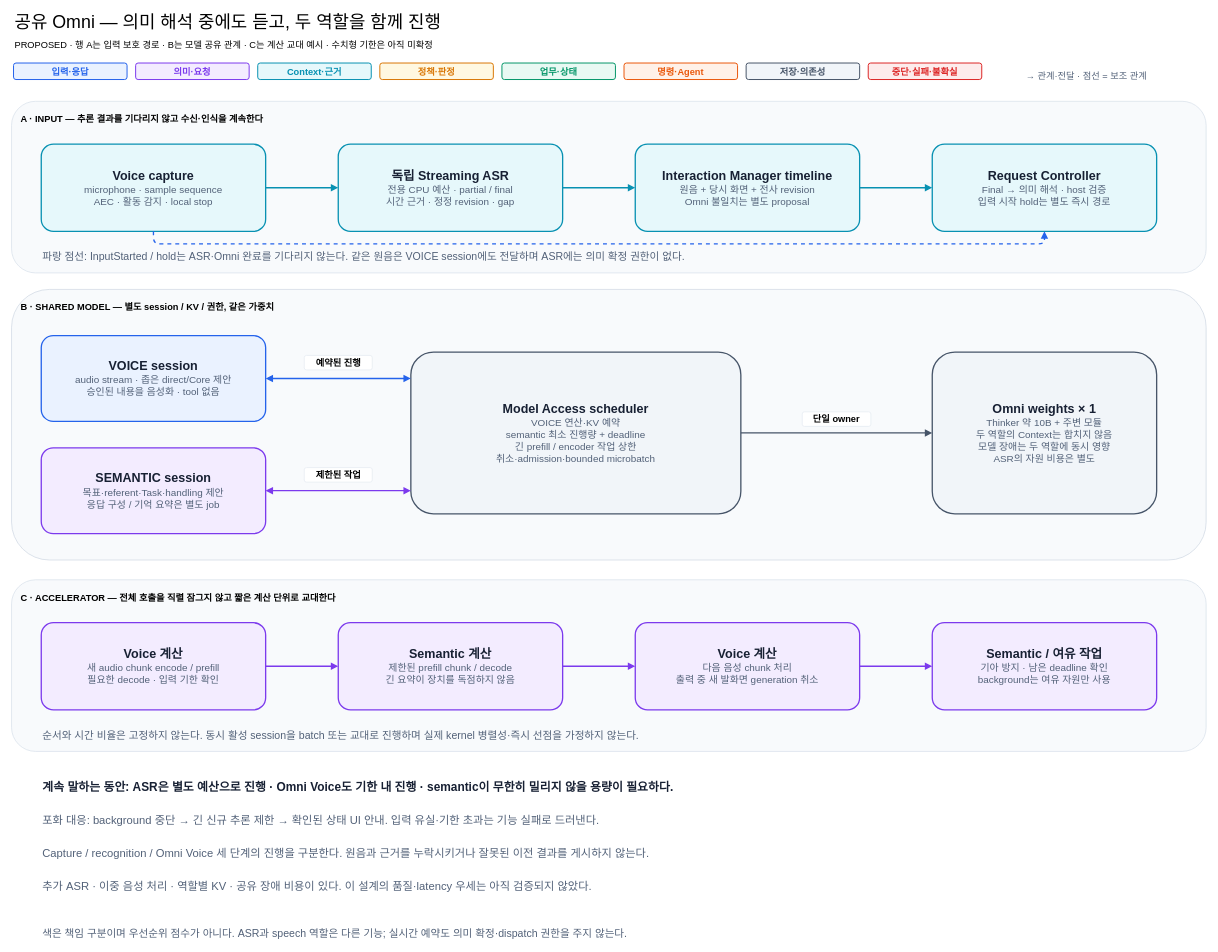
The draw.io diagram docs/architecture/12-decisions/target-architecture/diagrams/11-shared-omni-scheduling.drawio in cbyche/via-sw-architecture, before the edit. Source tidied: cells renumbered, new cells numbered last; positions are measured from the earlier drawing's top-left corner, leaving out a move shared by most shapes. Both pictures are drawn from the tidied source at 66%, with x=0, y=0 at pixel (11, 12).
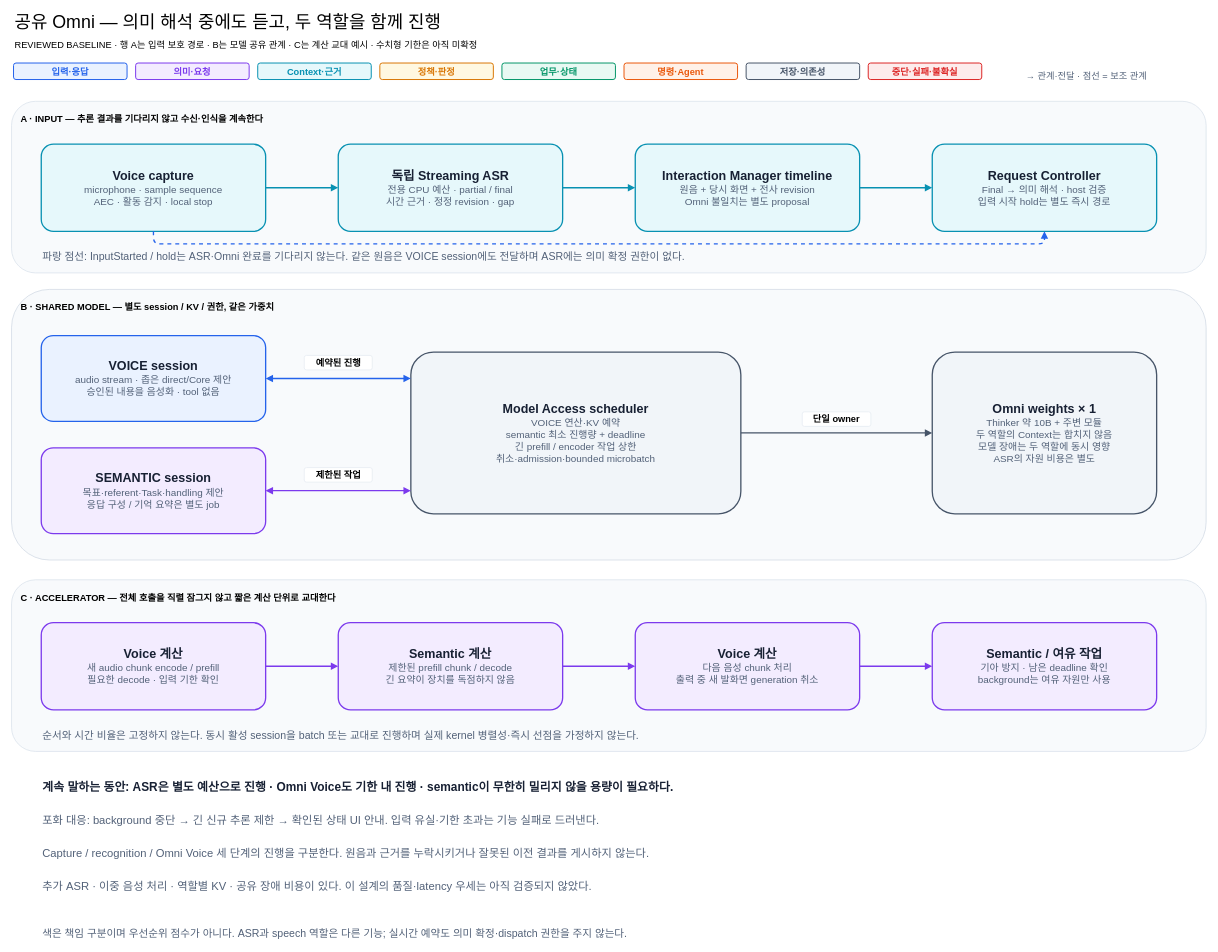
The same diagram, later.

Change to the diagram source:
```diff
@@
-    <mxCell id="47" value="PROPOSED · 행 A는 입력 보호 경로 · B는 모델 공유 관계 · C는 계산 교대 예시 · 수치형 기한은 아직 미확정" style="text;html=1;align=left;verticalAlign=middle;strokeColor=none;fillColor=none;fontSize=14;" parent="1" vertex="1">
+    <mxCell id="47" value="REVIEWED BASELINE · 행 A는 입력 보호 경로 · B는 모델 공유 관계 · C는 계산 교대 예시 · 수치형 기한은 아직 미확정" style="text;html=1;align=left;verticalAlign=middle;strokeColor=none;fillColor=none;fontSize=14;" parent="1" vertex="1">
       <mxGeometry x="3" y="34" width="1804" height="30" as="geometry" />
     </mxCell>
```
